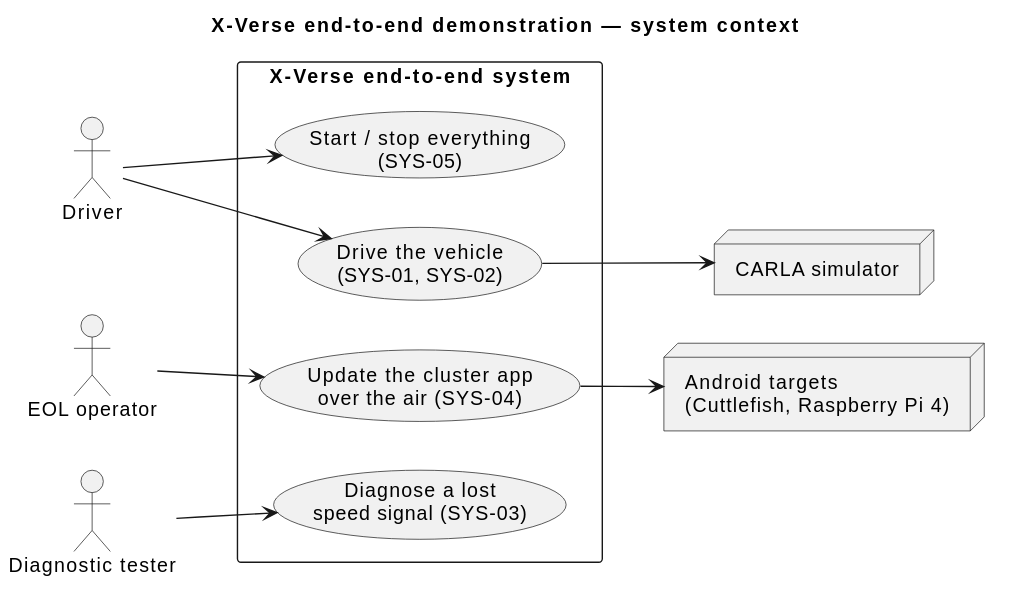
Earlier version of the PlantUML export demo/X-Verse/aspice/swe2-architecture/diagrams/context.svg (Eclipse-SDV-Hackathon-Chapter-Four/Thinking_CAPs).
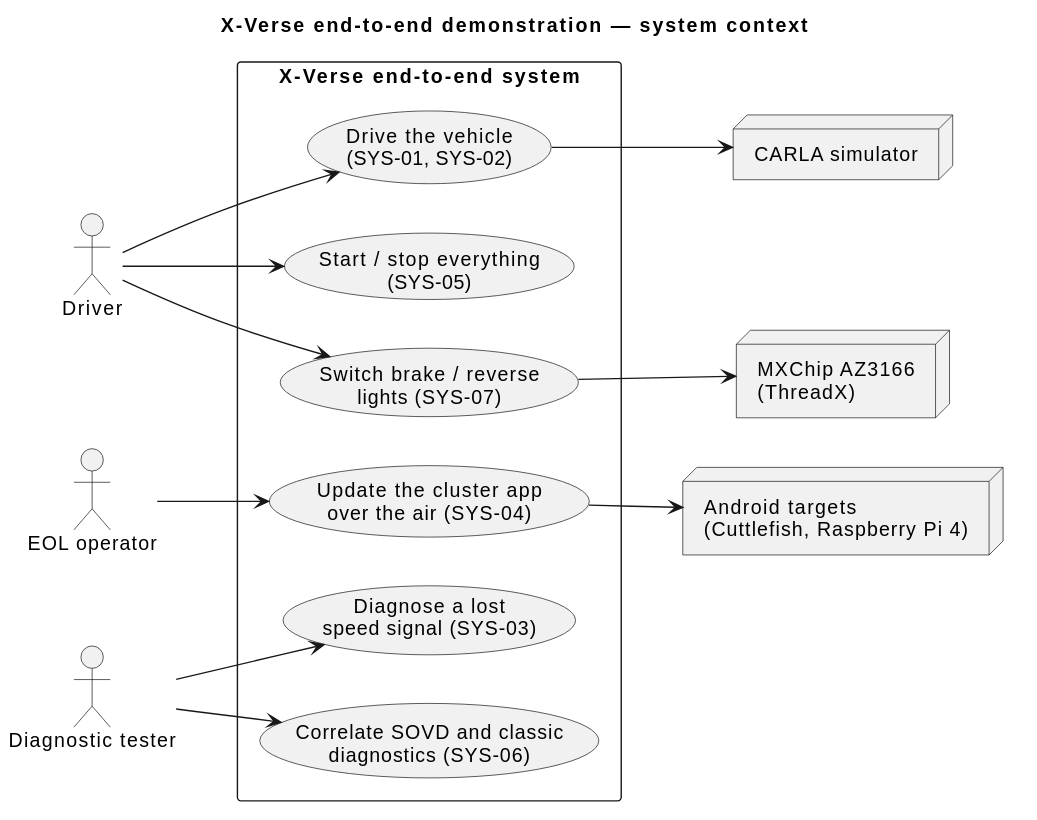
Above is the later version.

The edit, as a diff of the source:
```diff
@@ -10,13 +10,19 @@
   usecase "Diagnose a lost\nspeed signal (SYS-03)" as UC2
   usecase "Update the cluster app\nover the air (SYS-04)" as UC3
   usecase "Start / stop everything\n(SYS-05)" as UC4
+  usecase "Correlate SOVD and classic\ndiagnostics (SYS-06)" as UC5
+  usecase "Switch brake / reverse\nlights (SYS-07)" as UC6
 }
 node "CARLA simulator" as CARLA
 node "Android targets\n(Cuttlefish, Raspberry Pi 4)" as AND
+node "MXChip AZ3166\n(ThreadX)" as AZ
 Driver --> UC1
 Driver --> UC4
 Tester --> UC2
+Tester --> UC5
+Driver --> UC6
 Operator --> UC3
 UC1 --> CARLA
 UC3 --> AND
+UC6 --> AZ
 @enduml
```
